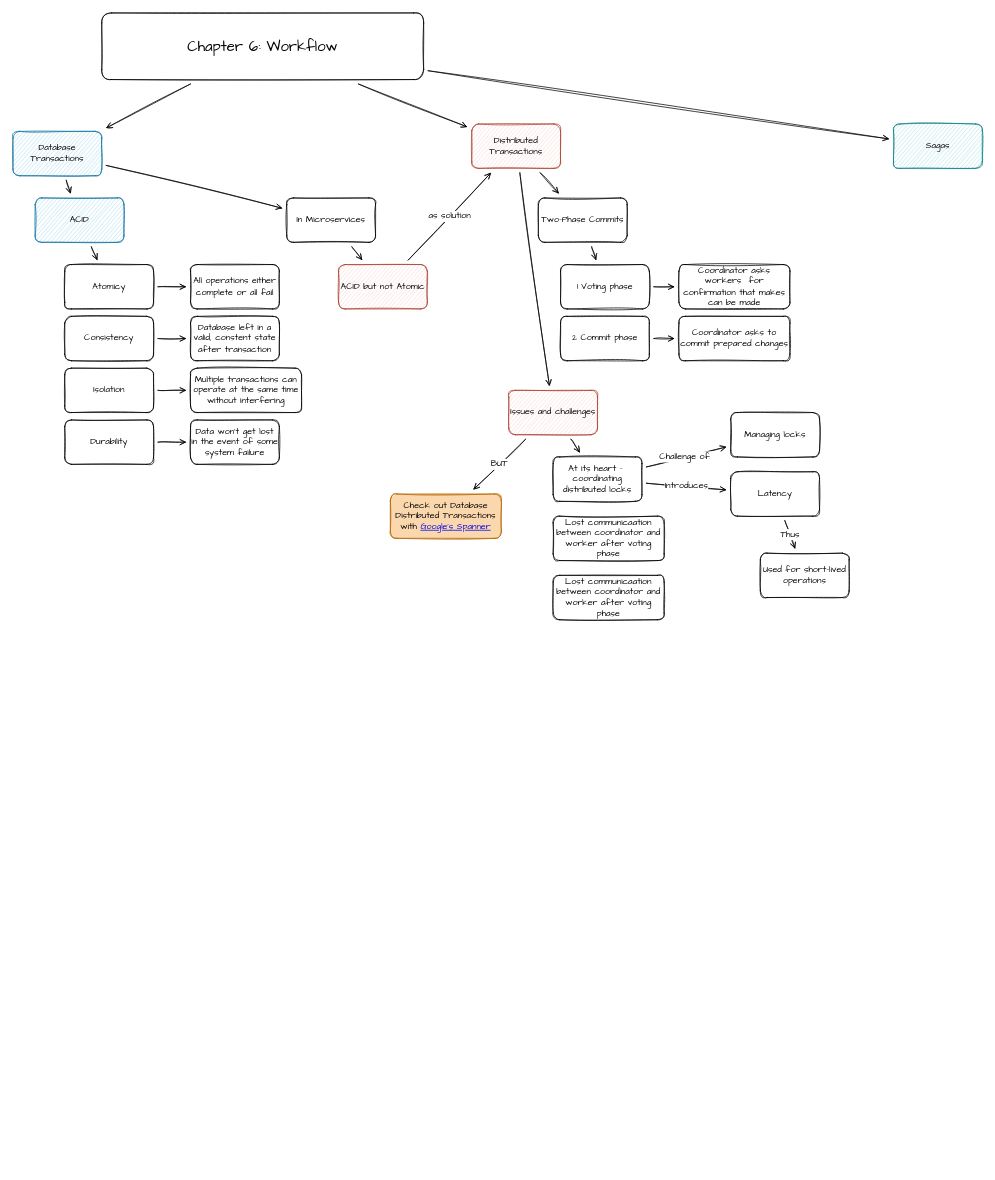
The draw.io diagram page "6 Workflow" (7 of 8) of effective-microservices.drawio in zatsepinvl/effective-microservices, before the edit. Source tidied: cells renumbered, new cells numbered last; positions are measured from the earlier drawing's top-left corner, leaving out a move shared by most shapes. Both pictures are drawn from the tidied source at 74%, with x=0, y=0 at pixel (13, 13).
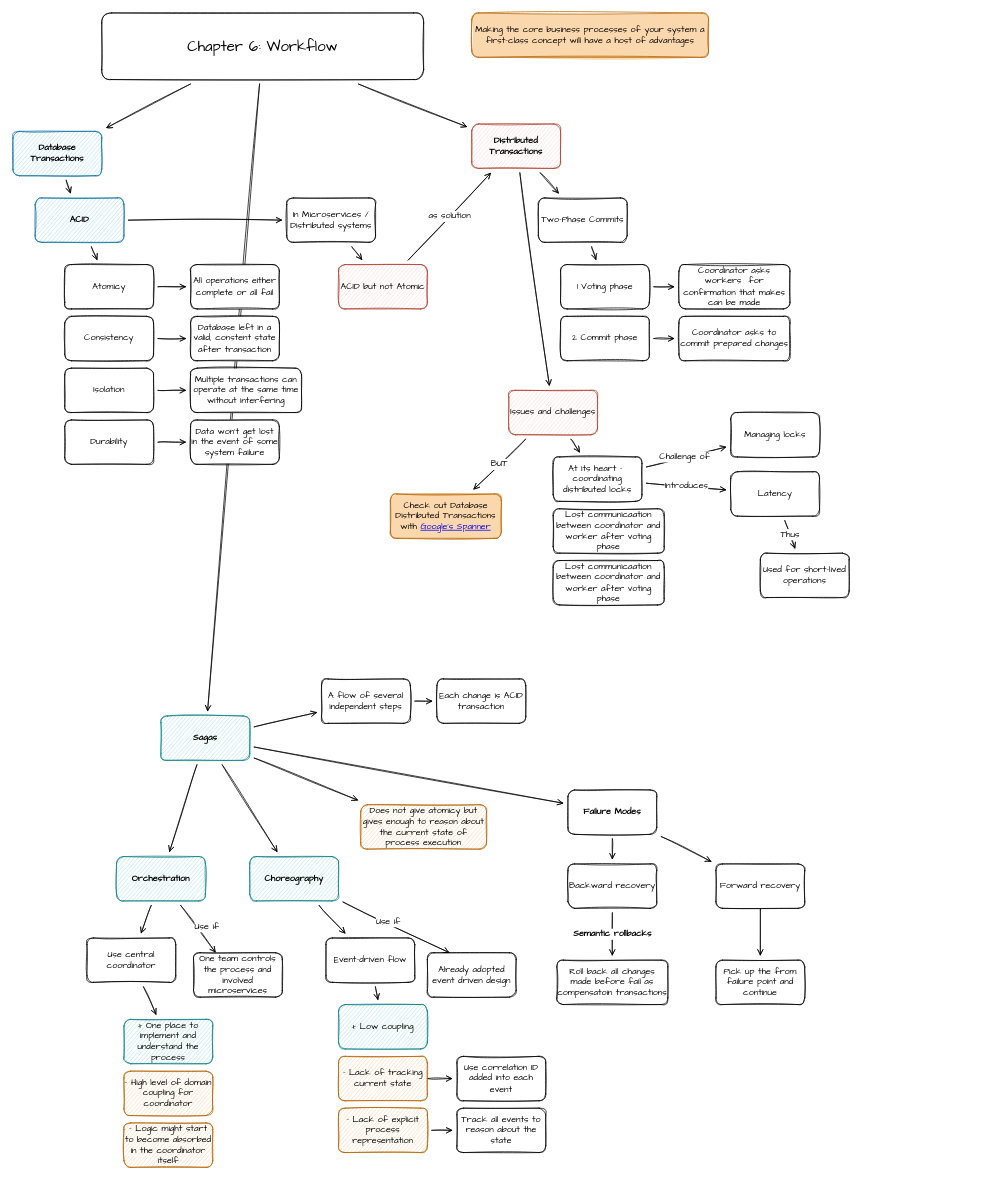
Above is the later version.

What changed in the source:
```diff
@@
-    <mxCell id="6" value="Database Transactions" style="whiteSpace=wrap;html=1;hachureGap=4;fontFamily=Comic Sans MS;fontSize=12;sketch=1;rounded=1;fillColor=#b1ddf0;strokeColor=#10739e;" parent="1" vertex="1">
+    <mxCell id="6" value="&lt;b&gt;Database Transactions&lt;/b&gt;" style="whiteSpace=wrap;html=1;hachureGap=4;fontFamily=Comic Sans MS;fontSize=12;sketch=1;rounded=1;fillColor=#b1ddf0;strokeColor=#10739e;" parent="1" vertex="1">
       <mxGeometry y="160" width="120" height="60" as="geometry" />
     </mxCell>
-    <mxCell id="7" style="edgeStyle=none;shape=connector;rounded=1;sketch=1;jumpSize=10;jettySize=auto;html=1;labelBackgroundColor=default;fontFamily=Comic Sans MS;fontSize=20;fontColor=default;endArrow=open;endFill=0;startSize=6;endSize=6;sourcePerimeterSpacing=6;targetPerimeterSpacing=6;strokeColor=default;" parent="1" edge="1" source="6" target="25">
+    <mxCell id="7" style="edgeStyle=none;shape=connector;rounded=1;sketch=1;jumpSize=10;jettySize=auto;html=1;labelBackgroundColor=default;fontFamily=Comic Sans MS;fontSize=20;fontColor=default;endArrow=open;endFill=0;startSize=6;endSize=6;sourcePerimeterSpacing=6;targetPerimeterSpacing=6;strokeColor=default;" parent="1" edge="1" source="8" target="25">
       <mxGeometry relative="1" as="geometry" />
     </mxCell>
-    <mxCell id="8" value="ACID" style="whiteSpace=wrap;html=1;hachureGap=4;fontFamily=Comic Sans MS;fontSize=12;sketch=1;rounded=1;fillColor=#b1ddf0;strokeColor=#10739e;" parent="1" vertex="1">
+    <mxCell id="8" value="&lt;b&gt;ACID&lt;/b&gt;" style="whiteSpace=wrap;html=1;hachureGap=4;fontFamily=Comic Sans MS;fontSize=12;sketch=1;rounded=1;fillColor=#b1ddf0;strokeColor=#10739e;" parent="1" vertex="1">
       <mxGeometry x="30" y="250" width="120" height="60" as="geometry" />
     </mxCell>
@@
-    <mxCell id="25" value="In Microservices" style="whiteSpace=wrap;html=1;hachureGap=4;fontFamily=Comic Sans MS;fontSize=12;sketch=1;rounded=1;" parent="1" vertex="1">
+    <mxCell id="25" value="In Microservices / Distributed systems" style="whiteSpace=wrap;html=1;hachureGap=4;fontFamily=Comic Sans MS;fontSize=12;sketch=1;rounded=1;" parent="1" vertex="1">
       <mxGeometry x="370" y="250" width="120" height="60" as="geometry" />
     </mxCell>
@@
-    <mxCell id="29" value="Distributed Transactions" style="whiteSpace=wrap;html=1;hachureGap=4;fontFamily=Comic Sans MS;fontSize=12;sketch=1;rounded=1;fillColor=#fad9d5;strokeColor=#ae4132;" parent="1" vertex="1">
+    <mxCell id="29" value="&lt;b&gt;Distributed Transactions&lt;/b&gt;" style="whiteSpace=wrap;html=1;hachureGap=4;fontFamily=Comic Sans MS;fontSize=12;sketch=1;rounded=1;fillColor=#fad9d5;strokeColor=#ae4132;" parent="1" vertex="1">
       <mxGeometry x="620" y="150" width="120" height="60" as="geometry" />
     </mxCell>
@@
     <mxCell id="45" value="Lost communicaation between coordinator and worker after voting phase" style="whiteSpace=wrap;html=1;hachureGap=4;fontFamily=Comic Sans MS;fontSize=12;sketch=1;rounded=1;" parent="1" vertex="1">
-      <mxGeometry x="730" y="680" width="150" height="60" as="geometry" />
+      <mxGeometry x="730" y="670" width="150" height="60" as="geometry" />
     </mxCell>
     <mxCell id="46" value="Lost communicaation between coordinator and worker after voting phase" style="whiteSpace=wrap;html=1;hachureGap=4;fontFamily=Comic Sans MS;fontSize=12;sketch=1;rounded=1;" parent="1" vertex="1">
-      <mxGeometry x="730" y="760" width="150" height="60" as="geometry" />
+      <mxGeometry x="730" y="740" width="150" height="60" as="geometry" />
     </mxCell>
@@
+    <mxCell id="52" style="edgeStyle=none;shape=connector;rounded=1;sketch=1;jumpSize=10;jettySize=auto;html=1;labelBackgroundColor=default;fontFamily=Comic Sans MS;fontSize=12;fontColor=default;endArrow=open;endFill=0;startSize=6;endSize=6;sourcePerimeterSpacing=6;targetPerimeterSpacing=6;strokeColor=default;" parent="1" edge="1" source="50" target="60">
+      <mxGeometry relative="1" as="geometry" />
+    </mxCell>
+    <mxCell id="53" style="edgeStyle=none;shape=connector;rounded=1;sketch=1;jumpSize=10;jettySize=auto;html=1;labelBackgroundColor=default;fontFamily=Comic Sans MS;fontSize=12;fontColor=default;endArrow=open;endFill=0;startSize=6;endSize=6;sourcePerimeterSpacing=6;targetPerimeterSpacing=6;strokeColor=default;" parent="1" edge="1" source="50" target="58">
+      <mxGeometry relative="1" as="geometry" />
+    </mxCell>
+    <mxCell id="54" style="edgeStyle=none;shape=connector;rounded=1;sketch=1;jumpSize=10;jettySize=auto;html=1;labelBackgroundColor=default;fontFamily=Comic Sans MS;fontSize=12;fontColor=default;endArrow=open;endFill=0;startSize=6;endSize=6;sourcePerimeterSpacing=6;targetPerimeterSpacing=6;strokeColor=default;" parent="1" edge="1" source="50" target="63">
+      <mxGeometry relative="1" as="geometry" />
+    </mxCell>
+    <mxCell id="55" style="edgeStyle=none;shape=connector;rounded=1;sketch=1;jumpSize=10;jettySize=auto;html=1;labelBackgroundColor=default;fontFamily=Comic Sans MS;fontSize=12;fontColor=default;endArrow=open;endFill=0;startSize=6;endSize=6;sourcePerimeterSpacing=6;targetPerimeterSpacing=6;strokeColor=default;" parent="1" edge="1" source="50" target="65">
+      <mxGeometry relative="1" as="geometry" />
+    </mxCell>
+    <mxCell id="56" style="edgeStyle=none;shape=connector;rounded=1;sketch=1;jumpSize=10;jettySize=auto;html=1;labelBackgroundColor=default;fontFamily=Comic Sans MS;fontSize=12;fontColor=default;endArrow=open;endFill=0;startSize=6;endSize=6;sourcePerimeterSpacing=6;targetPerimeterSpacing=6;strokeColor=default;" parent="1" edge="1" source="50" target="68">
+      <mxGeometry relative="1" as="geometry" />
+    </mxCell>
-    <mxCell id="50" value="Sagas" style="whiteSpace=wrap;html=1;hachureGap=4;fontFamily=Comic Sans MS;fontSize=12;sketch=1;rounded=1;fillColor=#b0e3e6;strokeColor=#0e8088;" parent="1" vertex="1">
-      <mxGeometry x="1190" y="150" width="120" height="60" as="geometry" />
+    <mxCell id="50" value="&lt;b&gt;Sagas&lt;/b&gt;" style="whiteSpace=wrap;html=1;hachureGap=4;fontFamily=Comic Sans MS;fontSize=12;sketch=1;rounded=1;fillColor=#b0e3e6;strokeColor=#0e8088;" parent="1" vertex="1">
+      <mxGeometry x="200" y="950" width="120" height="60" as="geometry" />
     </mxCell>
@@
+    <mxCell id="57" style="edgeStyle=none;shape=connector;rounded=1;sketch=1;jumpSize=10;jettySize=auto;html=1;labelBackgroundColor=default;fontFamily=Comic Sans MS;fontSize=12;fontColor=default;endArrow=open;endFill=0;startSize=6;endSize=6;sourcePerimeterSpacing=6;targetPerimeterSpacing=6;strokeColor=default;" parent="1" edge="1" source="58" target="59">
+      <mxGeometry relative="1" as="geometry" />
+    </mxCell>
+    <mxCell id="58" value="A flow of several independent steps" style="whiteSpace=wrap;html=1;hachureGap=4;fontFamily=Comic Sans MS;fontSize=12;sketch=1;rounded=1;" parent="1" vertex="1">
+      <mxGeometry x="417" y="900" width="120" height="60" as="geometry" />
+    </mxCell>
+    <mxCell id="59" value="Each change is ACID transaction" style="whiteSpace=wrap;html=1;hachureGap=4;fontFamily=Comic Sans MS;fontSize=12;sketch=1;rounded=1;" parent="1" vertex="1">
+      <mxGeometry x="573" y="900" width="120" height="60" as="geometry" />
+    </mxCell>
+    <mxCell id="60" value="Does not give atomicy but gives enough to reason about the current state of process execution" style="whiteSpace=wrap;html=1;hachureGap=4;fontFamily=Comic Sans MS;fontSize=12;sketch=1;rounded=1;fillColor=#fad7ac;strokeColor=#b46504;" parent="1" vertex="1">
+      <mxGeometry x="470" y="1070" width="170" height="60" as="geometry" />
+    </mxCell>
+    <mxCell id="61" style="edgeStyle=none;shape=connector;rounded=1;sketch=1;jumpSize=10;jettySize=auto;html=1;labelBackgroundColor=default;fontFamily=Comic Sans MS;fontSize=12;fontColor=default;endArrow=open;endFill=0;startSize=6;endSize=6;sourcePerimeterSpacing=6;targetPerimeterSpacing=6;strokeColor=default;" parent="1" edge="1" source="63" target="70">
+      <mxGeometry relative="1" as="geometry" />
+    </mxCell>
+    <mxCell id="62" value="Use if" style="edgeStyle=none;shape=connector;sketch=1;jumpSize=10;jettySize=auto;html=1;labelBackgroundColor=default;fontFamily=Comic Sans MS;fontSize=12;fontColor=default;endArrow=open;endFill=0;startSize=6;endSize=6;sourcePerimeterSpacing=6;targetPerimeterSpacing=6;strokeColor=default;rounded=0;entryX=0.25;entryY=0;entryDx=0;entryDy=0;" parent="1" edge="1" source="63" target="79">
+      <mxGeometry x="0.1" y="11" relative="1" as="geometry" />
+    </mxCell>
+    <mxCell id="63" value="Orchestration" style="whiteSpace=wrap;html=1;hachureGap=4;fontFamily=Comic Sans MS;fontSize=12;sketch=1;rounded=1;fontStyle=1;fillColor=#b0e3e6;strokeColor=#0e8088;" parent="1" vertex="1">
+      <mxGeometry x="140" y="1140" width="120" height="60" as="geometry" />
+    </mxCell>
+    <mxCell id="64" style="edgeStyle=none;shape=connector;rounded=1;sketch=1;jumpSize=10;jettySize=auto;html=1;labelBackgroundColor=default;fontFamily=Comic Sans MS;fontSize=12;fontColor=default;endArrow=open;endFill=0;startSize=6;endSize=6;sourcePerimeterSpacing=6;targetPerimeterSpacing=6;strokeColor=default;" parent="1" edge="1" source="65" target="74">
+      <mxGeometry relative="1" as="geometry" />
+    </mxCell>
+    <mxCell id="65" value="Choreography" style="whiteSpace=wrap;html=1;hachureGap=4;fontFamily=Comic Sans MS;fontSize=12;sketch=1;rounded=1;fontStyle=1;fillColor=#b0e3e6;strokeColor=#0e8088;" parent="1" vertex="1">
+      <mxGeometry x="320" y="1140" width="120" height="60" as="geometry" />
+    </mxCell>
+    <mxCell id="66" style="edgeStyle=none;shape=connector;rounded=1;sketch=1;jumpSize=10;jettySize=auto;html=1;labelBackgroundColor=default;fontFamily=Comic Sans MS;fontSize=12;fontColor=default;endArrow=open;endFill=0;startSize=6;endSize=6;sourcePerimeterSpacing=6;targetPerimeterSpacing=6;strokeColor=default;" parent="1" edge="1" source="68" target="89">
+      <mxGeometry relative="1" as="geometry" />
+    </mxCell>
+    <mxCell id="67" style="edgeStyle=none;shape=connector;rounded=1;sketch=1;jumpSize=10;jettySize=auto;html=1;labelBackgroundColor=default;fontFamily=Comic Sans MS;fontSize=12;fontColor=default;endArrow=open;endFill=0;startSize=6;endSize=6;sourcePerimeterSpacing=6;targetPerimeterSpacing=6;strokeColor=default;" parent="1" edge="1" source="68" target="92">
+      <mxGeometry relative="1" as="geometry" />
+    </mxCell>
+    <mxCell id="68" value="Failure Modes" style="whiteSpace=wrap;html=1;hachureGap=4;fontFamily=Comic Sans MS;fontSize=12;sketch=1;rounded=1;fontStyle=1;" parent="1" vertex="1">
+      <mxGeometry x="750" y="1050" width="120" height="60" as="geometry" />
+    </mxCell>
+    <mxCell id="69" style="edgeStyle=none;shape=connector;rounded=1;sketch=1;jumpSize=10;jettySize=auto;html=1;labelBackgroundColor=default;fontFamily=Comic Sans MS;fontSize=12;fontColor=default;endArrow=open;endFill=0;startSize=6;endSize=6;sourcePerimeterSpacing=6;targetPerimeterSpacing=6;strokeColor=default;" parent="1" edge="1" source="70" target="75">
+      <mxGeometry relative="1" as="geometry" />
+    </mxCell>
+    <mxCell id="70" value="Use central coordinator" style="whiteSpace=wrap;html=1;hachureGap=4;fontFamily=Comic Sans MS;fontSize=12;sketch=1;rounded=1;" parent="1" vertex="1">
+      <mxGeometry x="100" y="1250" width="120" height="60" as="geometry" />
+    </mxCell>
+    <mxCell id="71" style="edgeStyle=none;shape=connector;rounded=1;sketch=1;jumpSize=10;jettySize=auto;html=1;labelBackgroundColor=default;fontFamily=Comic Sans MS;fontSize=12;fontColor=default;endArrow=open;endFill=0;startSize=6;endSize=6;sourcePerimeterSpacing=6;targetPerimeterSpacing=6;strokeColor=default;" parent="1" edge="1" source="74" target="78">
+      <mxGeometry relative="1" as="geometry" />
+    </mxCell>
+    <mxCell id="72" style="edgeStyle=none;shape=connector;rounded=1;sketch=1;jumpSize=10;jettySize=auto;html=1;entryX=0.25;entryY=0;entryDx=0;entryDy=0;labelBackgroundColor=default;fontFamily=Comic Sans MS;fontSize=12;fontColor=default;endArrow=open;endFill=0;startSize=6;endSize=6;sourcePerimeterSpacing=6;targetPerimeterSpacing=6;strokeColor=default;" parent="1" edge="1" source="65" target="86">
+      <mxGeometry relative="1" as="geometry" />
+    </mxCell>
+    <mxCell id="73" value="Use if" style="edgeLabel;html=1;align=center;verticalAlign=middle;fontSize=12;fontFamily=Comic Sans MS;fontColor=default;" parent="72" vertex="1">
+      <mxGeometry x="-0.17" y="2" relative="1" as="geometry" />
+    </mxCell>
+    <mxCell id="74" value="Event-driven flow" style="whiteSpace=wrap;html=1;hachureGap=4;fontFamily=Comic Sans MS;fontSize=12;sketch=1;rounded=1;" parent="1" vertex="1">
+      <mxGeometry x="423" y="1250" width="120" height="60" as="geometry" />
+    </mxCell>
+    <mxCell id="75" value="+ One place to implement and understand the process" style="whiteSpace=wrap;html=1;hachureGap=4;fontFamily=Comic Sans MS;fontSize=12;sketch=1;rounded=1;fillColor=#b0e3e6;strokeColor=#0e8088;" parent="1" vertex="1">
+      <mxGeometry x="150" y="1360" width="120" height="60" as="geometry" />
+    </mxCell>
+    <mxCell id="76" value="- High level of domain coupling for coordinator" style="whiteSpace=wrap;html=1;hachureGap=4;fontFamily=Comic Sans MS;fontSize=12;sketch=1;rounded=1;fillColor=#fad7ac;strokeColor=#b46504;" parent="1" vertex="1">
+      <mxGeometry x="150" y="1430" width="120" height="60" as="geometry" />
+    </mxCell>
+    <mxCell id="77" value="- Logic might start to become absorbed in the coordinator itself" style="whiteSpace=wrap;html=1;hachureGap=4;fontFamily=Comic Sans MS;fontSize=12;sketch=1;rounded=1;fillColor=#fad7ac;strokeColor=#b46504;" parent="1" vertex="1">
+      <mxGeometry x="150" y="1500" width="120" height="60" as="geometry" />
+    </mxCell>
+    <mxCell id="78" value="+ Low coupling" style="whiteSpace=wrap;html=1;hachureGap=4;fontFamily=Comic Sans MS;fontSize=12;sketch=1;rounded=1;fillColor=#b0e3e6;strokeColor=#0e8088;" parent="1" vertex="1">
+      <mxGeometry x="440" y="1340" width="120" height="60" as="geometry" />
+    </mxCell>
+    <mxCell id="79" value="One team controls the process and involved microservices" style="whiteSpace=wrap;html=1;hachureGap=4;fontFamily=Comic Sans MS;fontSize=12;sketch=1;rounded=1;" parent="1" vertex="1">
+      <mxGeometry x="244" y="1270" width="120" height="60" as="geometry" />
+    </mxCell>
+    <mxCell id="80" style="edgeStyle=none;shape=connector;rounded=1;sketch=1;jumpSize=10;jettySize=auto;html=1;exitX=1;exitY=0.5;exitDx=0;exitDy=0;labelBackgroundColor=default;fontFamily=Comic Sans MS;fontSize=12;fontColor=default;endArrow=open;endFill=0;startSize=6;endSize=6;sourcePerimeterSpacing=6;targetPerimeterSpacing=6;strokeColor=default;" parent="1" edge="1" source="81" target="84">
+      <mxGeometry relative="1" as="geometry" />
+    </mxCell>
+    <mxCell id="81" value="- Lack of tracking current state" style="whiteSpace=wrap;html=1;hachureGap=4;fontFamily=Comic Sans MS;fontSize=12;sketch=1;rounded=1;fillColor=#fad7ac;strokeColor=#b46504;" parent="1" vertex="1">
+      <mxGeometry x="440" y="1410" width="120" height="60" as="geometry" />
+    </mxCell>
+    <mxCell id="82" style="edgeStyle=none;shape=connector;rounded=1;sketch=1;jumpSize=10;jettySize=auto;html=1;labelBackgroundColor=default;fontFamily=Comic Sans MS;fontSize=12;fontColor=default;endArrow=open;endFill=0;startSize=6;endSize=6;sourcePerimeterSpacing=6;targetPerimeterSpacing=6;strokeColor=default;" parent="1" edge="1" source="83" target="85">
+      <mxGeometry relative="1" as="geometry" />
+    </mxCell>
+    <mxCell id="83" value="- Lack of explicit process representation" style="whiteSpace=wrap;html=1;hachureGap=4;fontFamily=Comic Sans MS;fontSize=12;sketch=1;rounded=1;fillColor=#fad7ac;strokeColor=#b46504;" parent="1" vertex="1">
+      <mxGeometry x="440" y="1480" width="120" height="60" as="geometry" />
+    </mxCell>
+    <mxCell id="84" value="Use correlation ID added into each event" style="whiteSpace=wrap;html=1;hachureGap=4;fontFamily=Comic Sans MS;fontSize=12;sketch=1;rounded=1;" parent="1" vertex="1">
+      <mxGeometry x="600" y="1410" width="120" height="60" as="geometry" />
+    </mxCell>
+    <mxCell id="85" value="Track all events to reason about the state" style="whiteSpace=wrap;html=1;hachureGap=4;fontFamily=Comic Sans MS;fontSize=12;sketch=1;rounded=1;" parent="1" vertex="1">
+      <mxGeometry x="600" y="1480" width="120" height="60" as="geometry" />
+    </mxCell>
+    <mxCell id="86" value="Already adopted event driven design" style="whiteSpace=wrap;html=1;hachureGap=4;fontFamily=Comic Sans MS;fontSize=12;sketch=1;rounded=1;" parent="1" vertex="1">
+      <mxGeometry x="560" y="1270" width="120" height="60" as="geometry" />
+    </mxCell>
+    <mxCell id="87" value="Making the core business processes of your system a first-class concept will have a host of advantages" style="whiteSpace=wrap;html=1;hachureGap=4;fontFamily=Comic Sans MS;fontSize=12;sketch=1;rounded=1;fillColor=#fad7ac;strokeColor=#b46504;fillStyle=solid;" parent="1" vertex="1">
+      <mxGeometry x="620" width="320" height="60" as="geometry" />
+    </mxCell>
+    <mxCell id="88" value="&lt;b&gt;Semantic rollbacks&lt;/b&gt;" style="edgeStyle=none;shape=connector;rounded=1;sketch=1;jumpSize=10;jettySize=auto;html=1;labelBackgroundColor=default;fontFamily=Comic Sans MS;fontSize=12;fontColor=default;endArrow=open;endFill=0;startSize=6;endSize=6;sourcePerimeterSpacing=6;targetPerimeterSpacing=6;strokeColor=default;" parent="1" edge="1" source="89" target="90">
+      <mxGeometry relative="1" as="geometry" />
+    </mxCell>
+    <mxCell id="89" value="Backward recovery" style="whiteSpace=wrap;html=1;hachureGap=4;fontFamily=Comic Sans MS;fontSize=12;sketch=1;rounded=1;" parent="1" vertex="1">
+      <mxGeometry x="750" y="1150" width="120" height="60" as="geometry" />
+    </mxCell>
+    <mxCell id="90" value="Roll back all changes made before fail as compensatoin transactions" style="whiteSpace=wrap;html=1;hachureGap=4;fontFamily=Comic Sans MS;fontSize=12;sketch=1;rounded=1;" parent="1" vertex="1">
+      <mxGeometry x="735" y="1280" width="150" height="60" as="geometry" />
+    </mxCell>
+    <mxCell id="91" style="edgeStyle=none;shape=connector;rounded=1;sketch=1;jumpSize=10;jettySize=auto;html=1;exitX=0.5;exitY=1;exitDx=0;exitDy=0;labelBackgroundColor=default;fontFamily=Comic Sans MS;fontSize=12;fontColor=default;endArrow=open;endFill=0;startSize=6;endSize=6;sourcePerimeterSpacing=6;targetPerimeterSpacing=6;strokeColor=default;" parent="1" edge="1" source="92" target="93">
+      <mxGeometry relative="1" as="geometry" />
+    </mxCell>
+    <mxCell id="92" value="Forward recovery" style="whiteSpace=wrap;html=1;hachureGap=4;fontFamily=Comic Sans MS;fontSize=12;sketch=1;rounded=1;" parent="1" vertex="1">
+      <mxGeometry x="950" y="1150" width="120" height="60" as="geometry" />
+    </mxCell>
+    <mxCell id="93" value="Pick up the from failure point and continue" style="whiteSpace=wrap;html=1;hachureGap=4;fontFamily=Comic Sans MS;fontSize=12;sketch=1;rounded=1;" parent="1" vertex="1">
+      <mxGeometry x="950" y="1280" width="120" height="60" as="geometry" />
+    </mxCell>
```
